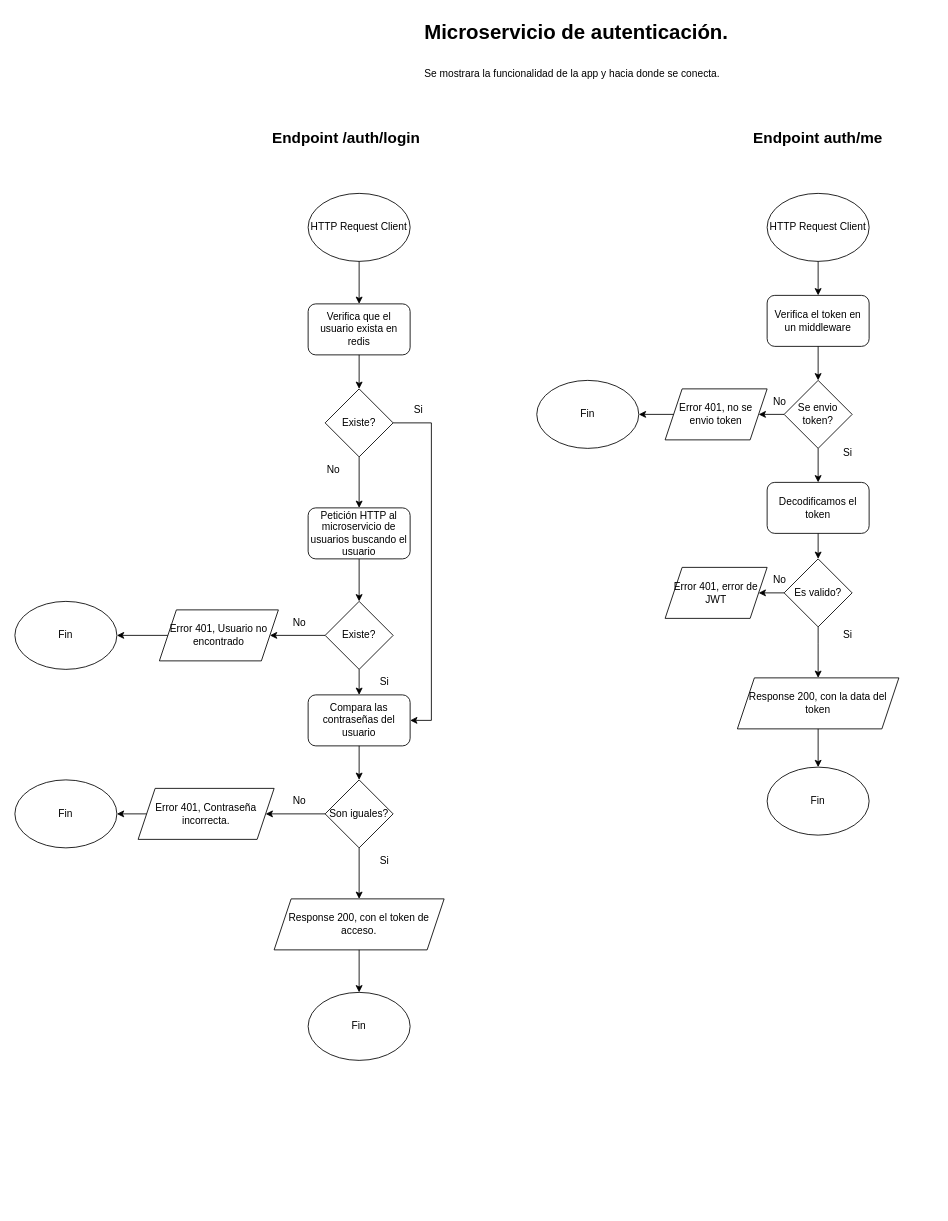
Above: diagrams/diagrama_flujo_ms_auth.drawio in LeandroFlorentin/ms-auth (draw.io), before the change. Source tidied: cells renumbered, new cells numbered last; positions are measured from the earlier drawing's top-left corner, leaving out a move shared by most shapes. Both pictures are drawn from the tidied source at 85%, with x=0, y=0 at pixel (14, 14).
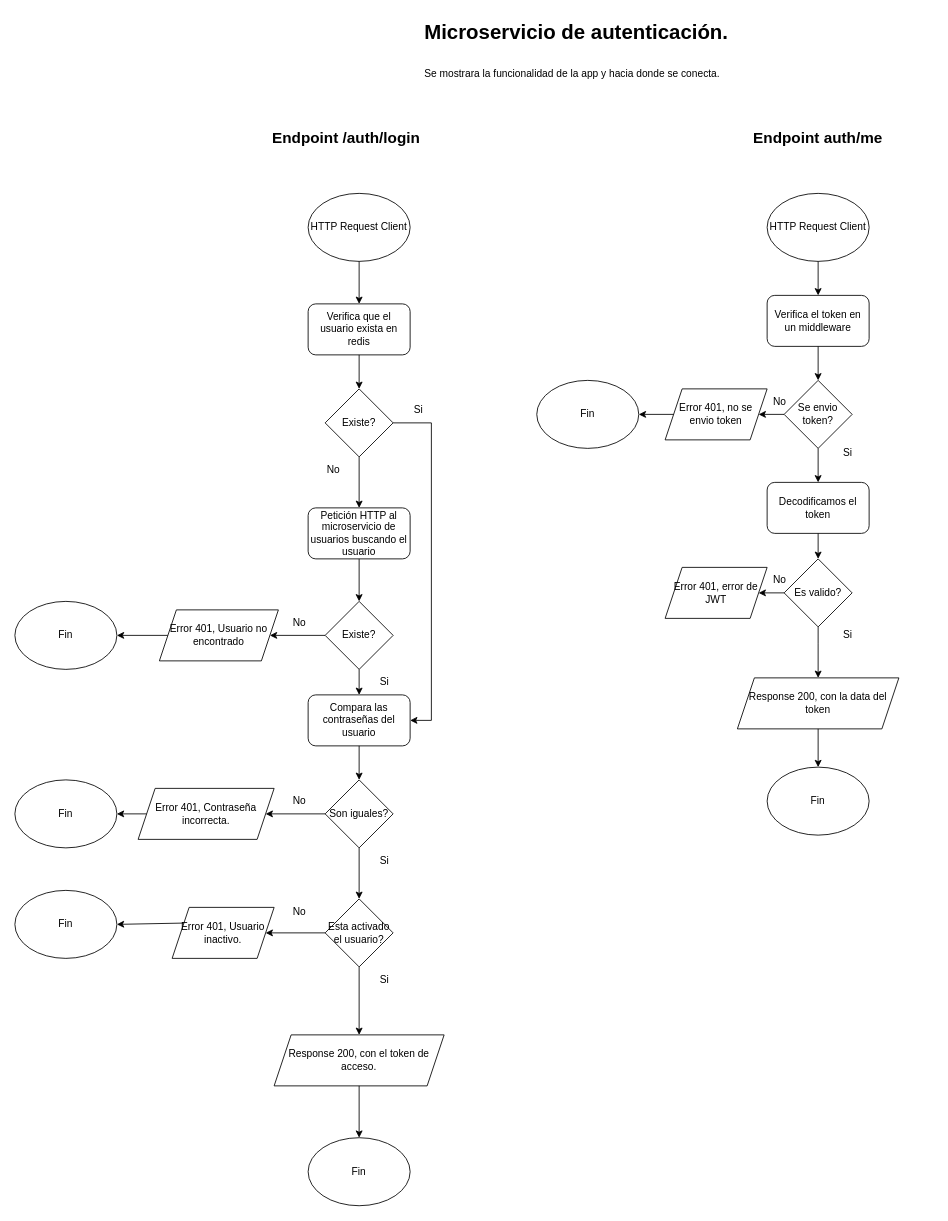
After the change.

Commit message (it also covers changes not shown here):
cambios-diagrama

Unchanged cells that the change refers to:
```xml
<mxCell id="22" value="Son iguales?" style="rhombus;whiteSpace=wrap;html=1;" parent="1" vertex="1">
  <mxGeometry x="365" y="900" width="80" height="80" as="geometry" />
</mxCell>
```

The edit, as a diff of the source:
```diff
@@
-    <mxCell id="31" style="endArrow=classic;html=1;rounded=0;exitX=0.5;exitY=1;exitDx=0;exitDy=0;" parent="1" edge="1" source="22">
-      <mxGeometry relative="1" as="geometry">
-        <mxPoint x="405" y="1040" as="targetPoint" />
-      </mxGeometry>
+    <mxCell id="31" style="endArrow=classic;html=1;rounded=0;exitX=0.5;exitY=1;exitDx=0;exitDy=0;entryX=0.5;entryY=0;entryDx=0;entryDy=0;entryPerimeter=0;" parent="1" edge="1" source="22" target="60">
+      <mxGeometry relative="1" as="geometry" />
     </mxCell>
     <mxCell id="32" value="Response 200, con el token de acceso." style="shape=parallelogram;perimeter=parallelogramPerimeter;whiteSpace=wrap;html=1;fixedSize=1;" parent="1" vertex="1">
-      <mxGeometry x="305" y="1040" width="200" height="60" as="geometry" />
+      <mxGeometry x="305" y="1200" width="200" height="60" as="geometry" />
     </mxCell>
     <mxCell id="33" value="Fin" style="ellipse;whiteSpace=wrap;html=1;" parent="1" vertex="1">
-      <mxGeometry x="345" y="1150" width="120" height="80" as="geometry" />
+      <mxGeometry x="345" y="1321" width="120" height="80" as="geometry" />
     </mxCell>
@@
+    <mxCell id="60" value="Esta activado el usuario?" style="rhombus;whiteSpace=wrap;html=1;" parent="1" vertex="1">
+      <mxGeometry x="365" y="1040" width="80" height="80" as="geometry" />
+    </mxCell>
+    <mxCell id="61" style="endArrow=classic;html=1;rounded=0;exitX=0.5;exitY=1;exitDx=0;exitDy=0;entryX=0.5;entryY=0;entryDx=0;entryDy=0;" parent="1" edge="1" source="60" target="32">
+      <mxGeometry relative="1" as="geometry" />
+    </mxCell>
+    <mxCell id="62" value="Si" style="text;html=1;align=center;verticalAlign=middle;whiteSpace=wrap;rounded=0;" parent="1" vertex="1">
+      <mxGeometry x="405" y="1120" width="60" height="30" as="geometry" />
+    </mxCell>
+    <mxCell id="63" value="No" style="text;html=1;align=center;verticalAlign=middle;whiteSpace=wrap;rounded=0;" parent="1" vertex="1">
+      <mxGeometry x="305" y="1040" width="60" height="30" as="geometry" />
+    </mxCell>
+    <mxCell id="64" value="Error 401, Usuario inactivo." style="shape=parallelogram;perimeter=parallelogramPerimeter;whiteSpace=wrap;html=1;fixedSize=1;" parent="1" vertex="1">
+      <mxGeometry x="185" y="1050" width="120" height="60" as="geometry" />
+    </mxCell>
+    <mxCell id="65" style="endArrow=classic;html=1;rounded=0;exitX=0;exitY=0.5;exitDx=0;exitDy=0;entryX=1;entryY=0.5;entryDx=0;entryDy=0;" parent="1" edge="1" source="60" target="64">
+      <mxGeometry relative="1" as="geometry" />
+    </mxCell>
+    <mxCell id="66" value="Fin" style="ellipse;whiteSpace=wrap;html=1;" parent="1" vertex="1">
+      <mxGeometry y="1030" width="120" height="80" as="geometry" />
+    </mxCell>
+    <mxCell id="67" style="endArrow=classic;html=1;rounded=0;entryX=1;entryY=0.5;entryDx=0;entryDy=0;exitX=0;exitY=0.25;exitDx=0;exitDy=0;" parent="1" edge="1" source="64" target="66">
+      <mxGeometry relative="1" as="geometry" />
+    </mxCell>
```
